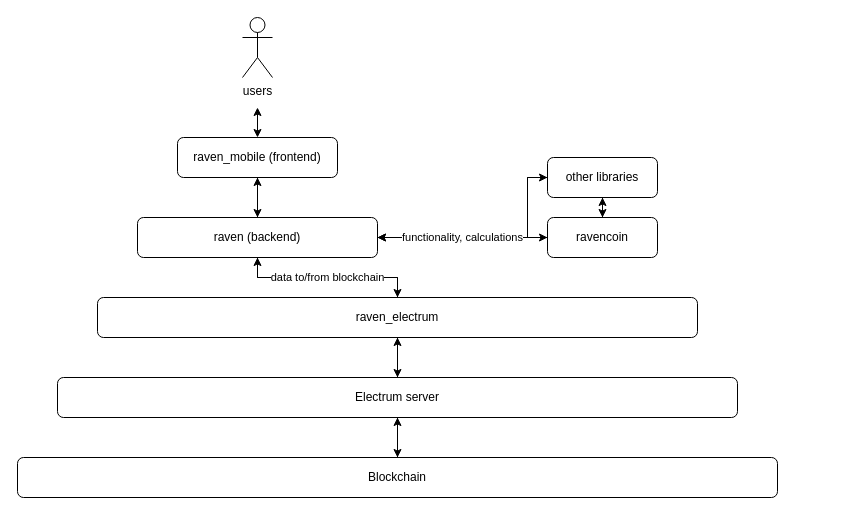
This is raven_back/docs/diagrams/overview/communication_stack.drawio from moontreeapp/moontree, a draw.io file, before an edit. Source tidied: cells renumbered, new cells numbered last; positions are measured from the earlier drawing's top-left corner, leaving out a move shared by most shapes. Both pictures are drawn from the tidied source at 100%, with x=0, y=0 at pixel (17, 17).
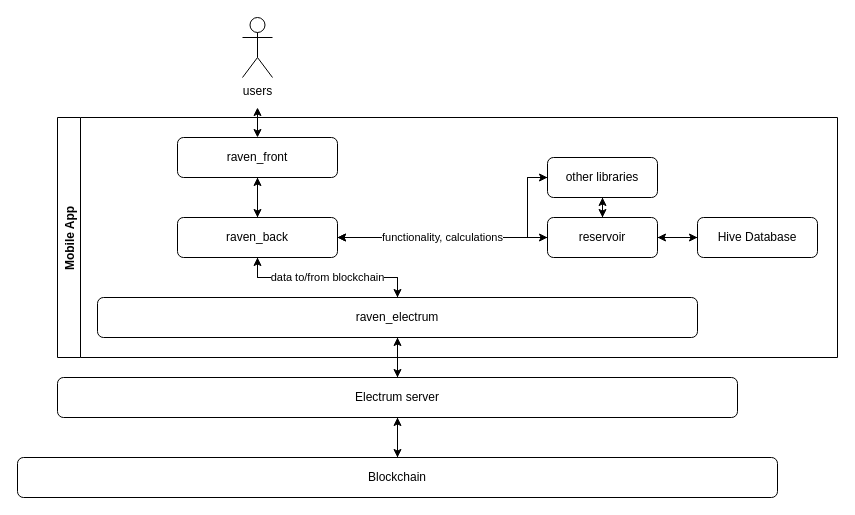
The same page after the edit.

The edit, as a diff of the source:
```diff
@@
-    <mxCell id="15" value="raven (backend)" style="rounded=1;whiteSpace=wrap;html=1;" parent="1" vertex="1">
-      <mxGeometry x="120" y="200" width="240" height="40" as="geometry" />
+    <mxCell id="15" value="raven_back" style="rounded=1;whiteSpace=wrap;html=1;" parent="1" vertex="1">
+      <mxGeometry x="160" y="200" width="160" height="40" as="geometry" />
     </mxCell>
@@
+    <mxCell id="25" style="edgeStyle=none;html=1;" parent="1" edge="1" source="18" target="27">
+      <mxGeometry relative="1" as="geometry" />
+    </mxCell>
-    <mxCell id="18" value="ravencoin" style="rounded=1;whiteSpace=wrap;html=1;" parent="1" vertex="1">
+    <mxCell id="18" value="reservoir" style="rounded=1;whiteSpace=wrap;html=1;" parent="1" vertex="1">
       <mxGeometry x="530" y="200" width="110" height="40" as="geometry" />
     </mxCell>
@@
-    <mxCell id="20" value="raven_mobile (frontend)" style="rounded=1;whiteSpace=wrap;html=1;" parent="1" vertex="1">
+    <mxCell id="20" value="raven_front" style="rounded=1;whiteSpace=wrap;html=1;" parent="1" vertex="1">
       <mxGeometry x="160" y="120" width="160" height="40" as="geometry" />
     </mxCell>
@@
+    <mxCell id="26" style="edgeStyle=none;html=1;" parent="1" edge="1" source="27" target="18">
+      <mxGeometry relative="1" as="geometry" />
+    </mxCell>
+    <mxCell id="27" value="Hive Database" style="rounded=1;whiteSpace=wrap;html=1;" parent="1" vertex="1">
+      <mxGeometry x="680" y="200" width="120" height="40" as="geometry" />
+    </mxCell>
+    <mxCell id="28" value="Mobile App" style="swimlane;horizontal=0;" parent="1" vertex="1">
+      <mxGeometry x="40" y="100" width="780" height="240" as="geometry" />
+    </mxCell>
```
